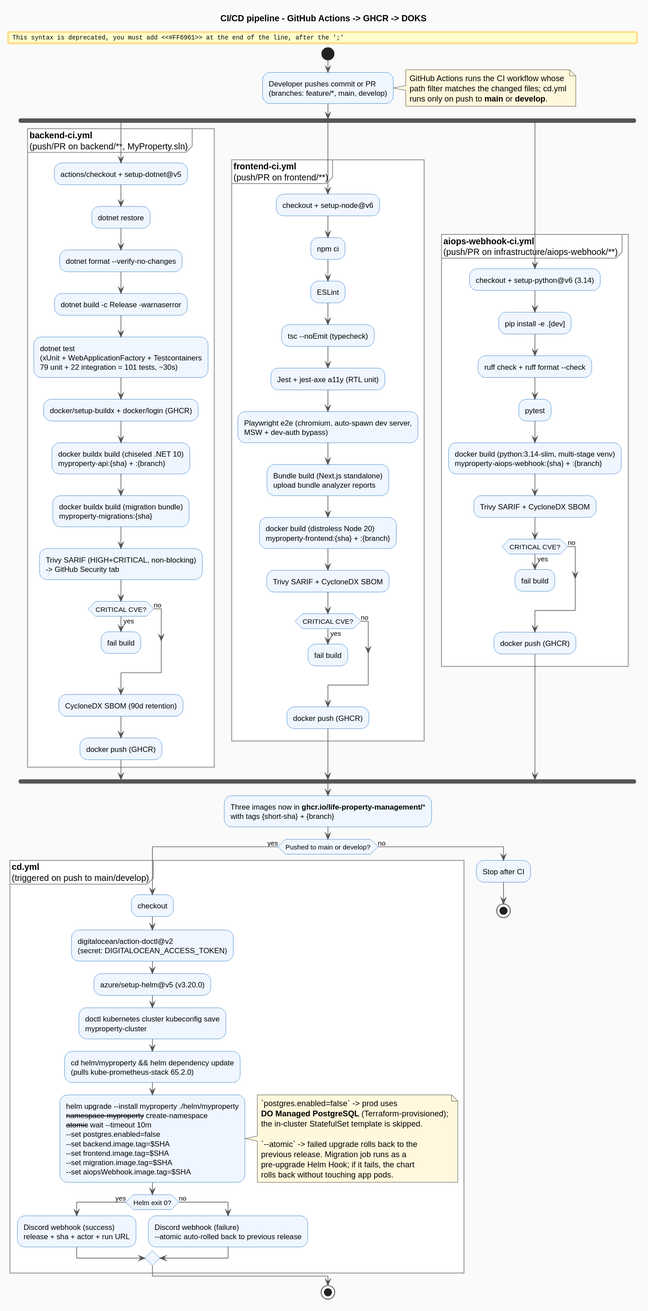
LIFE-Property-Management/MyProperty keeps this PlantUML diagram as docs/architecture/diagrams/cicd.svg. Above is the earlier version.
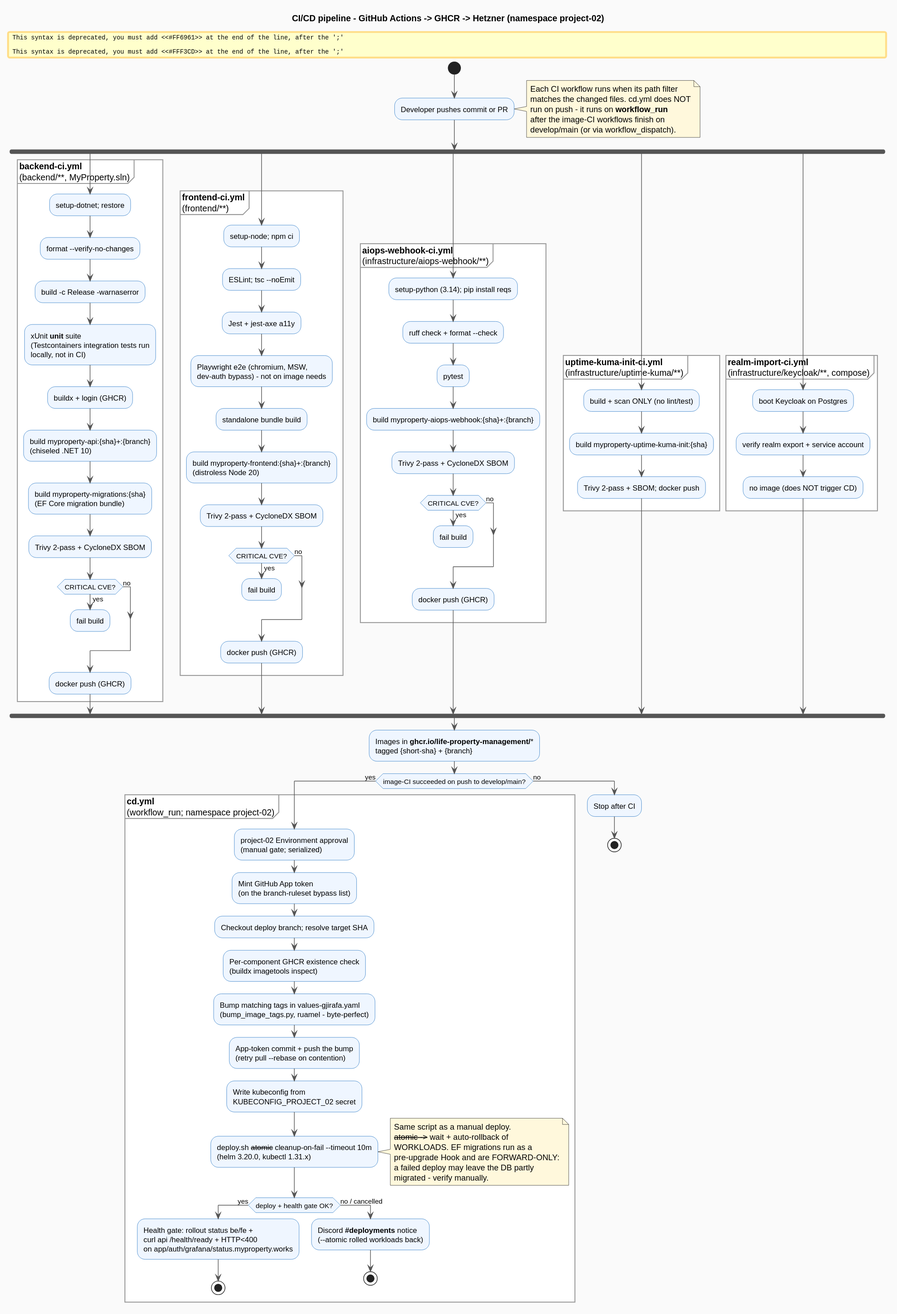
After the change.

Change to the diagram source:
```diff
@@ -1,5 +1,5 @@
 @startuml
-title CI/CD pipeline - GitHub Actions -> GHCR -> DOKS
+title CI/CD pipeline - GitHub Actions -> GHCR -> Hetzner (namespace project-02)
 
 skinparam BackgroundColor #FAFAFA
 skinparam ActivityBackgroundColor #EFF6FF
@@ -10,43 +10,25 @@
 skinparam NoteBackgroundColor #FFF8DC
 
 start
-:Developer pushes commit or PR\n(branches: feature/*, main, develop);
+:Developer pushes commit or PR;
 note right
-  GitHub Actions runs the CI workflow whose
-  path filter matches the changed files; cd.yml
-  runs only on push to **main** or **develop**.
+  Each CI workflow runs when its path filter
+  matches the changed files. cd.yml does NOT
+  run on push - it runs on **workflow_run**
+  after the image-CI workflows finish on
+  develop/main (or via workflow_dispatch).
 end note
 
 fork
-  partition "**backend-ci.yml**\n(push/PR on backend/**, MyProperty.sln)" {
-    :actions/checkout + setup-dotnet@v5;
-    :dotnet restore;
-    :dotnet format --verify-no-changes;
-    :dotnet build -c Release -warnaserror;
-    :dotnet test\n(xUnit + WebApplicationFactory + Testcontainers\n79 unit + 22 integration = 101 tests, ~30s);
-    :docker/setup-buildx + docker/login (GHCR);
-    :docker buildx build (chiseled .NET 10)\nmyproperty-api:{sha} + :{branch};
-    :docker buildx build (migration bundle)\nmyproperty-migrations:{sha};
-    :Trivy SARIF (HIGH+CRITICAL, non-blocking)\n-> GitHub Security tab;
-    if (CRITICAL CVE?) then (yes)
-      #FF6961:fail build;
-      kill
-    else (no)
-    endif
-    :CycloneDX SBOM (90d retention);
-    :docker push (GHCR);
-  }
-fork again
-  partition "**frontend-ci.yml**\n(push/PR on frontend/**)" {
-    :checkout + setup-node@v6;
-    :npm ci;
-    :ESLint;
-    :tsc --noEmit (typecheck);
-    :Jest + jest-axe a11y (RTL unit);
-    :Playwright e2e (chromium, auto-spawn dev server,\nMSW + dev-auth bypass);
-    :Bundle build (Next.js standalone)\nupload bundle analyzer reports;
-    :docker build (distroless Node 20)\nmyproperty-frontend:{sha} + :{branch};
-    :Trivy SARIF + CycloneDX SBOM;
+  partition "**backend-ci.yml**\n(backend/**, MyProperty.sln)" {
+    :setup-dotnet; restore;
+    :format --verify-no-changes;
+    :build -c Release -warnaserror;
+    :xUnit **unit** suite\n(Testcontainers integration tests run\nlocally, not in CI);
+    :buildx + login (GHCR);
+    :build myproperty-api:{sha}+:{branch}\n(chiseled .NET 10);
+    :build myproperty-migrations:{sha}\n(EF Core migration bundle);
+    :Trivy 2-pass + CycloneDX SBOM;
     if (CRITICAL CVE?) then (yes)
       #FF6961:fail build;
       kill
@@ -55,13 +37,14 @@
     :docker push (GHCR);
   }
 fork again
-  partition "**aiops-webhook-ci.yml**\n(push/PR on infrastructure/aiops-webhook/**)" {
-    :checkout + setup-python@v6 (3.14);
-    :pip install -e .[dev];
-    :ruff check + ruff format --check;
-    :pytest;
-    :docker build (python:3.14-slim, multi-stage venv)\nmyproperty-aiops-webhook:{sha} + :{branch};
-    :Trivy SARIF + CycloneDX SBOM;
+  partition "**frontend-ci.yml**\n(frontend/**)" {
+    :setup-node; npm ci;
+    :ESLint; tsc --noEmit;
+    :Jest + jest-axe a11y;
+    :Playwright e2e (chromium, MSW,\ndev-auth bypass) - not on image needs;
+    :standalone bundle build;
+    :build myproperty-frontend:{sha}+:{branch}\n(distroless Node 20);
+    :Trivy 2-pass + CycloneDX SBOM;
     if (CRITICAL CVE?) then (yes)
       #FF6961:fail build;
       kill
@@ -69,38 +52,64 @@
     endif
     :docker push (GHCR);
   }
+fork again
+  partition "**aiops-webhook-ci.yml**\n(infrastructure/aiops-webhook/**)" {
+    :setup-python (3.14); pip install reqs;
+    :ruff check + format --check;
+    :pytest;
+    :build myproperty-aiops-webhook:{sha}+:{branch};
+    :Trivy 2-pass + CycloneDX SBOM;
+    if (CRITICAL CVE?) then (yes)
+      #FF6961:fail build;
+      kill
+    else (no)
+    endif
+    :docker push (GHCR);
+  }
+fork again
+  partition "**uptime-kuma-init-ci.yml**\n(infrastructure/uptime-kuma/**)" {
+    :build + scan ONLY (no lint/test);
+    :build myproperty-uptime-kuma-init:{sha};
+    :Trivy 2-pass + SBOM; docker push;
+  }
+fork again
+  partition "**realm-import-ci.yml**\n(infrastructure/keycloak/**, compose)" {
+    :boot Keycloak on Postgres;
+    :verify realm export + service account;
+    :no image (does NOT trigger CD);
+  }
 end fork
 
-:Three images now in **ghcr.io/life-property-management/***\nwith tags {short-sha} + {branch};
+:Images in **ghcr.io/life-property-management/***\ntagged {short-sha} + {branch};
 
-if (Pushed to main or develop?) then (yes)
-  partition "**cd.yml**\n(triggered on push to main/develop)" {
-    :checkout;
-    :digitalocean/action-doctl@v2\n(secret: DIGITALOCEAN_ACCESS_TOKEN);
-    :azure/setup-helm@v5 (v3.20.0);
-    :doctl kubernetes cluster kubeconfig save\nmyproperty-cluster;
-    :cd helm/myproperty && helm dependency update\n(pulls kube-prometheus-stack 65.2.0);
-    :helm upgrade --install myproperty ./helm/myproperty\n--namespace myproperty --create-namespace\n--atomic --wait --timeout 10m\n--set postgres.enabled=false\n--set backend.image.tag=$SHA\n--set frontend.image.tag=$SHA\n--set migration.image.tag=$SHA\n--set aiopsWebhook.image.tag=$SHA;
+if (image-CI succeeded on push to develop/main?) then (yes)
+  partition "**cd.yml**\n(workflow_run; namespace project-02)" {
+    #FFF3CD:project-02 Environment approval\n(manual gate; serialized);
+    :Mint GitHub App token\n(on the branch-ruleset bypass list);
+    :Checkout deploy branch; resolve target SHA;
+    :Per-component GHCR existence check\n(buildx imagetools inspect);
+    :Bump matching tags in values-gjirafa.yaml\n(bump_image_tags.py, ruamel - byte-perfect);
+    :App-token commit + push the bump\n(retry pull --rebase on contention);
+    :Write kubeconfig from\nKUBECONFIG_PROJECT_02 secret;
+    :deploy.sh --atomic --cleanup-on-fail --timeout 10m\n(helm 3.20.0, kubectl 1.31.x);
     note right
-      `postgres.enabled=false` -> prod uses
-      **DO Managed PostgreSQL** (Terraform-provisioned);
-      the in-cluster StatefulSet template is skipped.
-
-      `--atomic` -> failed upgrade rolls back to the
-      previous release. Migration job runs as a
-      pre-upgrade Helm Hook; if it fails, the chart
-      rolls back without touching app pods.
+      Same script as a manual deploy.
+      --atomic -> --wait + auto-rollback of
+      WORKLOADS. EF migrations run as a
+      pre-upgrade Hook and are FORWARD-ONLY:
+      a failed deploy may leave the DB partly
+      migrated - verify manually.
     end note
-    if (Helm exit 0?) then (yes)
-      :Discord webhook (success)\nrelease + sha + actor + run URL;
-    else (no)
-      #FF6961:Discord webhook (failure)\n--atomic auto-rolled back to previous release;
+    if (deploy + health gate OK?) then (yes)
+      :Health gate: rollout status be/fe +\ncurl api /health/ready + HTTP<400\non app/auth/grafana/status.myproperty.works;
+      stop
+    else (no / cancelled)
+      #FF6961:Discord **#deployments** notice\n(--atomic rolled workloads back);
+      stop
     endif
   }
 else (no)
   :Stop after CI;
   stop
 endif
-
-stop
 @enduml
```
